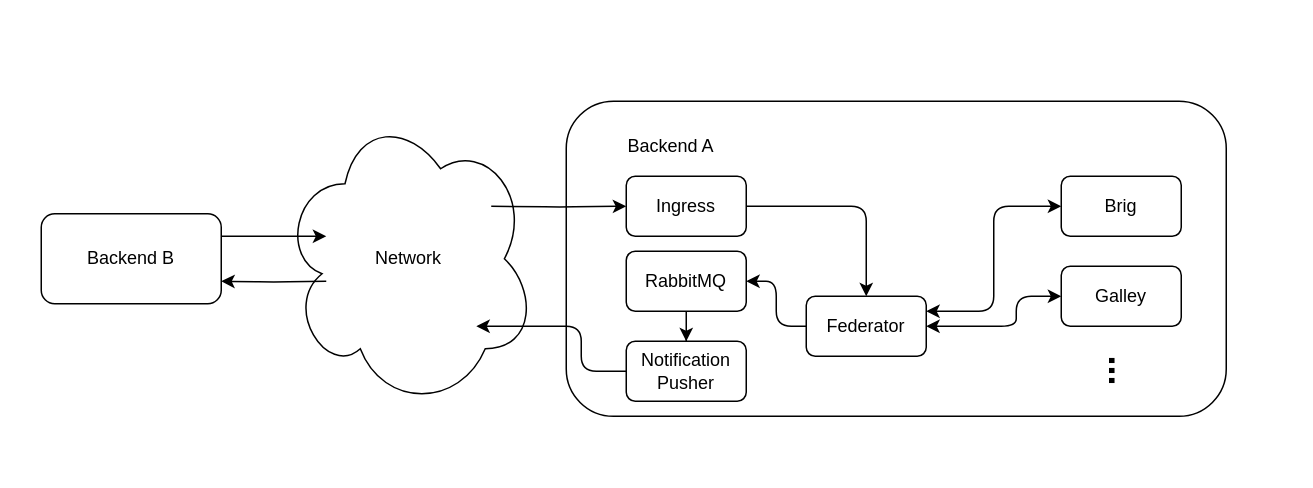
Earlier version of the draw.io diagram docs/src/understand/federation/img/federated-backend-architecture.drawio (wireapp/wire-server). Source tidied: cells renumbered, new cells numbered last; positions are measured from the earlier drawing's top-left corner, leaving out a move shared by most shapes. Both pictures are drawn from the tidied source at 150%, with x=0, y=0 at pixel (40, 100).
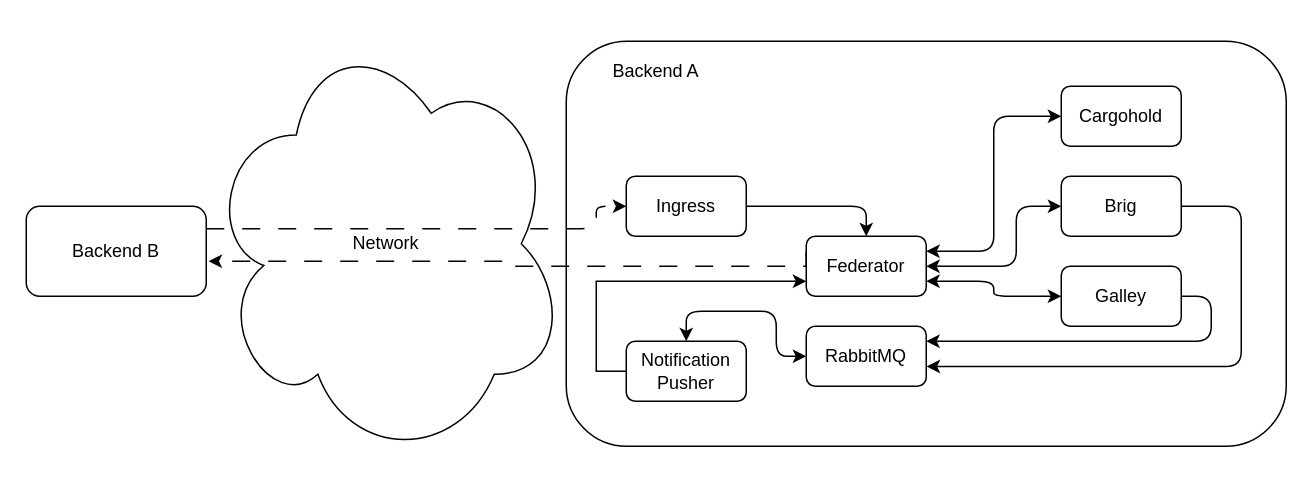
After the change.

Commit message (it also covers changes not shown here):
update diagram with recent comments

The change refers to these unchanged cells:
```xml
<mxCell id="6" value="Ingress" style="rounded=1;whiteSpace=wrap;html=1;" parent="1" vertex="1">
  <mxGeometry x="390" y="50" width="80" height="40" as="geometry" />
</mxCell>
<mxCell id="10" value="Brig" style="rounded=1;whiteSpace=wrap;html=1;" parent="1" vertex="1">
  <mxGeometry x="680" y="50" width="80" height="40" as="geometry" />
</mxCell>
<mxCell id="12" value="Galley" style="rounded=1;whiteSpace=wrap;html=1;" parent="1" vertex="1">
  <mxGeometry x="680" y="110" width="80" height="40" as="geometry" />
</mxCell>
<mxCell id="21" value="&lt;div&gt;Notification&lt;/div&gt;&lt;div&gt;Pusher&lt;br&gt;&lt;/div&gt;" style="rounded=1;whiteSpace=wrap;html=1;" parent="1" vertex="1">
  <mxGeometry x="390" y="160" width="80" height="40" as="geometry" />
</mxCell>
```

The edit, as a diff of the source:
```diff
@@
     <mxCell id="2" value="Network" style="ellipse;shape=cloud;whiteSpace=wrap;html=1;" parent="1" vertex="1">
-      <mxGeometry x="160" y="5" width="170" height="200" as="geometry" />
+      <mxGeometry x="110" y="-50" width="240" height="290" as="geometry" />
     </mxCell>
     <mxCell id="3" style="rounded=1;whiteSpace=wrap;html=1;" parent="1" vertex="1">
-      <mxGeometry x="350" width="440" height="210" as="geometry" />
+      <mxGeometry x="350" y="-40" width="480" height="270" as="geometry" />
     </mxCell>
@@
-    <mxCell id="5" style="edgeStyle=orthogonalEdgeStyle;rounded=1;jettySize=auto;html=1;startArrow=none;startFill=0;entryX=0;entryY=0.5;entryDx=0;entryDy=0;" parent="1" edge="1" target="6">
-      <mxGeometry relative="1" as="geometry">
-        <mxPoint x="300" y="70" as="sourcePoint" />
-      </mxGeometry>
-    </mxCell>
@@
-    <mxCell id="7" style="edgeStyle=orthogonalEdgeStyle;rounded=1;jettySize=auto;html=1;exitX=0;exitY=0.5;exitDx=0;exitDy=0;startArrow=none;startFill=0;entryX=1;entryY=0.5;entryDx=0;entryDy=0;" parent="1" edge="1" source="8" target="19">
-      <mxGeometry relative="1" as="geometry" />
-    </mxCell>
+    <mxCell id="22" style="edgeStyle=orthogonalEdgeStyle;rounded=1;jettySize=auto;html=1;exitX=1;exitY=0.25;exitDx=0;exitDy=0;entryX=0;entryY=0.5;entryDx=0;entryDy=0;startArrow=classic;startFill=1;" parent="1" edge="1" source="8" target="28">
+      <mxGeometry relative="1" as="geometry" />
+    </mxCell>
+    <mxCell id="23" style="edgeStyle=orthogonalEdgeStyle;rounded=1;jettySize=auto;html=1;entryX=0;entryY=0.5;entryDx=0;entryDy=0;startArrow=classic;startFill=1;" parent="1" edge="1" source="8" target="10">
+      <mxGeometry relative="1" as="geometry">
+        <Array as="points">
+          <mxPoint x="650" y="110" />
+          <mxPoint x="650" y="70" />
+        </Array>
+      </mxGeometry>
+    </mxCell>
+    <mxCell id="24" style="edgeStyle=orthogonalEdgeStyle;rounded=1;jettySize=auto;html=1;exitX=1;exitY=0.75;exitDx=0;exitDy=0;entryX=0;entryY=0.5;entryDx=0;entryDy=0;startArrow=classic;startFill=1;" parent="1" edge="1" source="8" target="12">
+      <mxGeometry relative="1" as="geometry" />
+    </mxCell>
     <mxCell id="8" value="Federator" style="rounded=1;whiteSpace=wrap;html=1;" parent="1" vertex="1">
-      <mxGeometry x="510" y="130" width="80" height="40" as="geometry" />
+      <mxGeometry x="510" y="90" width="80" height="40" as="geometry" />
     </mxCell>
-    <mxCell id="9" style="edgeStyle=orthogonalEdgeStyle;rounded=1;jettySize=auto;html=1;exitX=0;exitY=0.5;exitDx=0;exitDy=0;entryX=1;entryY=0.25;entryDx=0;entryDy=0;startArrow=classic;startFill=1;" parent="1" edge="1" source="10" target="8">
-      <mxGeometry relative="1" as="geometry" />
-    </mxCell>
+    <mxCell id="25" style="edgeStyle=orthogonalEdgeStyle;rounded=1;jettySize=auto;html=1;entryX=1.003;entryY=0.67;entryDx=0;entryDy=0;entryPerimeter=0;" parent="1" edge="1" source="10" target="19">
+      <mxGeometry relative="1" as="geometry">
+        <Array as="points">
+          <mxPoint x="800" y="70" />
+          <mxPoint x="800" y="177" />
+        </Array>
+      </mxGeometry>
+    </mxCell>
@@
-    <mxCell id="11" style="edgeStyle=orthogonalEdgeStyle;rounded=1;jettySize=auto;html=1;exitX=0;exitY=0.5;exitDx=0;exitDy=0;entryX=1;entryY=0.5;entryDx=0;entryDy=0;startArrow=classic;startFill=1;" parent="1" edge="1" source="12" target="8">
-      <mxGeometry relative="1" as="geometry">
-        <Array as="points">
-          <mxPoint x="650" y="130" />
-          <mxPoint x="650" y="150" />
-        </Array>
-      </mxGeometry>
-    </mxCell>
+    <mxCell id="26" style="edgeStyle=orthogonalEdgeStyle;rounded=1;jettySize=auto;html=1;entryX=1;entryY=0.25;entryDx=0;entryDy=0;" parent="1" edge="1" source="12" target="19">
+      <mxGeometry relative="1" as="geometry">
+        <Array as="points">
+          <mxPoint x="780" y="130" />
+          <mxPoint x="780" y="160" />
+        </Array>
+      </mxGeometry>
+    </mxCell>
@@
-    <mxCell id="13" value="&lt;font style=&quot;font-size: 24px&quot;&gt;&lt;b&gt;&lt;font style=&quot;font-size: 24px&quot;&gt;...&lt;/font&gt;&lt;/b&gt;&lt;/font&gt;" style="text;html=1;strokeColor=none;fillColor=none;align=center;verticalAlign=middle;whiteSpace=wrap;rounded=0;rotation=90;" parent="1" vertex="1">
-      <mxGeometry x="700" y="170" width="40" height="20" as="geometry" />
-    </mxCell>
     <mxCell id="14" value="Backend A" style="text;html=1;strokeColor=none;fillColor=none;align=center;verticalAlign=middle;whiteSpace=wrap;rounded=0;" parent="1" vertex="1">
-      <mxGeometry x="390" y="20" width="60" height="20" as="geometry" />
+      <mxGeometry x="380" y="-30" width="60" height="20" as="geometry" />
     </mxCell>
-    <mxCell id="15" style="edgeStyle=orthogonalEdgeStyle;rounded=1;jettySize=auto;html=1;exitX=1;exitY=0.25;exitDx=0;exitDy=0;startArrow=none;startFill=0;" parent="1" edge="1" source="17">
+    <mxCell id="15" style="edgeStyle=orthogonalEdgeStyle;rounded=1;jettySize=auto;html=1;exitX=1;exitY=0.25;exitDx=0;exitDy=0;startArrow=none;startFill=0;entryX=0;entryY=0.5;entryDx=0;entryDy=0;dashed=1;dashPattern=12 12;" parent="1" edge="1" source="17" target="6">
       <mxGeometry relative="1" as="geometry">
-        <mxPoint x="190" y="90" as="targetPoint" />
+        <Array as="points">
+          <mxPoint x="370" y="85" />
+          <mxPoint x="370" y="70" />
+        </Array>
       </mxGeometry>
     </mxCell>
-    <mxCell id="16" style="edgeStyle=orthogonalEdgeStyle;rounded=1;jettySize=auto;html=1;exitX=1;exitY=0.75;exitDx=0;exitDy=0;startArrow=none;startFill=0;entryX=1;entryY=0.75;entryDx=0;entryDy=0;" parent="1" edge="1" target="17">
-      <mxGeometry relative="1" as="geometry">
-        <mxPoint x="190" y="120" as="sourcePoint" />
-      </mxGeometry>
-    </mxCell>
     <mxCell id="17" value="&lt;div&gt;Backend B&lt;/div&gt;" style="rounded=1;whiteSpace=wrap;html=1;" parent="1" vertex="1">
-      <mxGeometry y="75" width="120" height="60" as="geometry" />
+      <mxGeometry x="-10" y="70" width="120" height="60" as="geometry" />
     </mxCell>
-    <mxCell id="18" style="edgeStyle=orthogonalEdgeStyle;rounded=0;jettySize=auto;html=1;entryX=0.5;entryY=0;entryDx=0;entryDy=0;" parent="1" edge="1" source="19" target="21">
+    <mxCell id="18" style="edgeStyle=orthogonalEdgeStyle;rounded=1;jettySize=auto;html=1;entryX=0.5;entryY=0;entryDx=0;entryDy=0;startArrow=classic;startFill=1;" parent="1" edge="1" source="19" target="21">
       <mxGeometry relative="1" as="geometry" />
     </mxCell>
     <mxCell id="19" value="RabbitMQ" style="rounded=1;whiteSpace=wrap;html=1;" parent="1" vertex="1">
-      <mxGeometry x="390" y="100" width="80" height="40" as="geometry" />
+      <mxGeometry x="510" y="150" width="80" height="40" as="geometry" />
     </mxCell>
-    <mxCell id="20" style="edgeStyle=orthogonalEdgeStyle;rounded=1;jettySize=auto;html=1;entryX=0.765;entryY=0.725;entryDx=0;entryDy=0;entryPerimeter=0;" parent="1" edge="1" source="21" target="2">
-      <mxGeometry relative="1" as="geometry" />
-    </mxCell>
+    <mxCell id="27" style="edgeStyle=orthogonalEdgeStyle;rounded=0;jettySize=auto;html=1;exitX=0;exitY=0.5;exitDx=0;exitDy=0;entryX=0;entryY=0.75;entryDx=0;entryDy=0;" parent="1" edge="1" source="21" target="8">
+      <mxGeometry relative="1" as="geometry" />
+    </mxCell>
@@
+    <mxCell id="28" value="Cargohold" style="rounded=1;whiteSpace=wrap;html=1;" parent="1" vertex="1">
+      <mxGeometry x="680" y="-10" width="80" height="40" as="geometry" />
+    </mxCell>
+    <mxCell id="29" style="edgeStyle=orthogonalEdgeStyle;rounded=0;jettySize=auto;html=1;exitX=0;exitY=0.25;exitDx=0;exitDy=0;entryX=1.013;entryY=0.611;entryDx=0;entryDy=0;entryPerimeter=0;dashed=1;dashPattern=12 12;" parent="1" edge="1" source="8" target="17">
+      <mxGeometry relative="1" as="geometry">
+        <Array as="points">
+          <mxPoint x="510" y="110" />
+          <mxPoint x="315" y="110" />
+          <mxPoint x="315" y="107" />
+        </Array>
+      </mxGeometry>
+    </mxCell>
```
